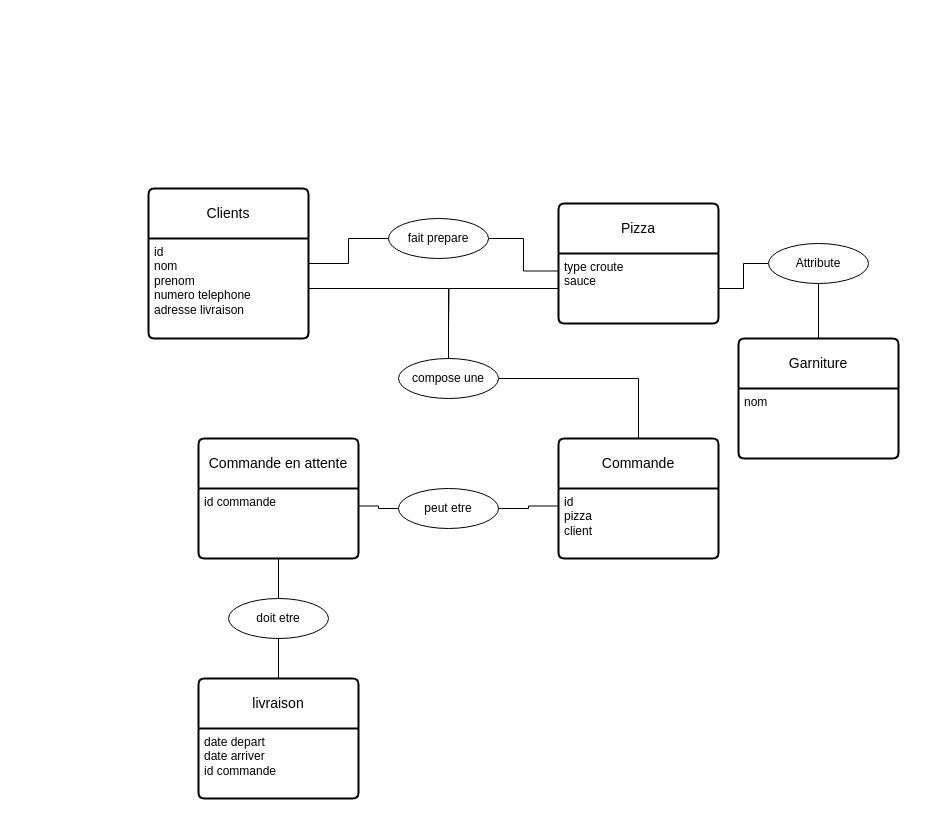
Earlier version of the draw.io diagram Pizzeria.drawio (cgpvicto-2443335/Projet_Long-Pizzeria). Source tidied: cells renumbered, new cells numbered last; positions are measured from the earlier drawing's top-left corner, leaving out a move shared by most shapes. Both pictures are drawn from the tidied source at 100%, with x=0, y=0 at pixel (148, 188).
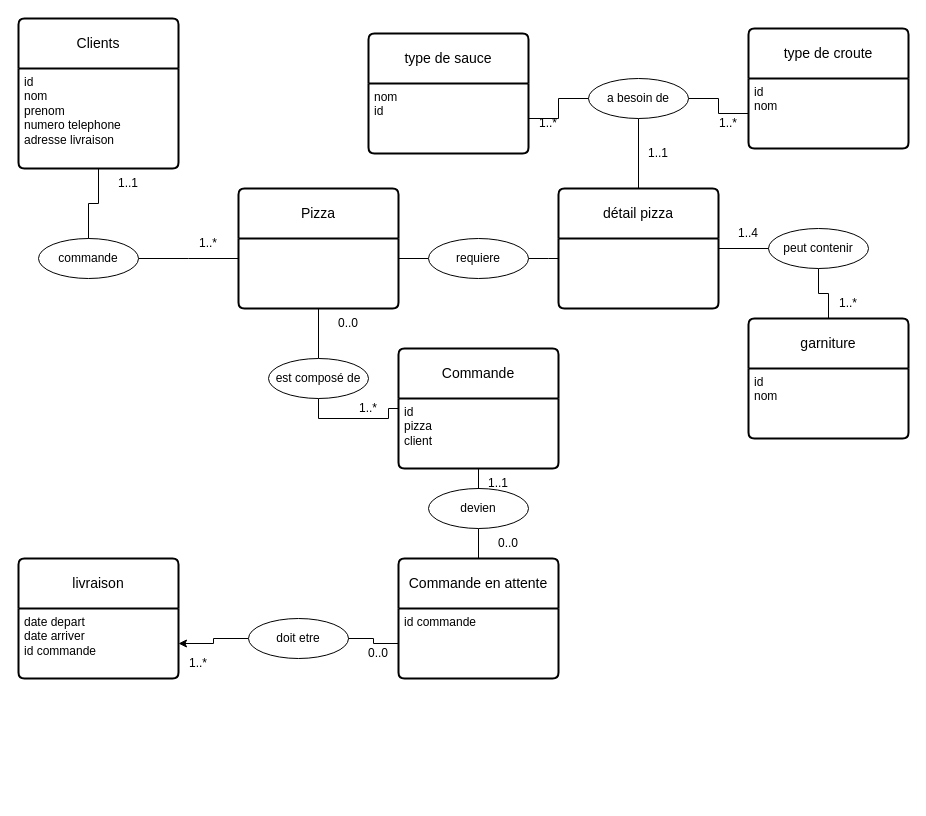
After the change.

Commit message:
mise a jour du shema relation

The change refers to these unchanged cells:
```xml
<mxCell id="3" value="&lt;div&gt;id&lt;/div&gt;nom&lt;div&gt;prenom&lt;/div&gt;&lt;div&gt;numero telephone&lt;/div&gt;&lt;div&gt;adresse livraison&lt;/div&gt;" style="align=left;strokeColor=none;fillColor=none;spacingLeft=4;spacingRight=4;fontSize=12;verticalAlign=top;html=1;whiteSpace=wrap;" parent="2" vertex="1">
  <mxGeometry y="50" width="160" height="100" as="geometry" />
</mxCell>
<mxCell id="7" value="&lt;div&gt;id&lt;/div&gt;pizza&lt;div&gt;client&lt;/div&gt;&lt;div&gt;&lt;br&gt;&lt;/div&gt;" style="align=left;strokeColor=none;fillColor=none;spacingLeft=4;spacingRight=4;fontSize=12;verticalAlign=top;html=1;whiteSpace=wrap;" parent="6" vertex="1">
  <mxGeometry y="50" width="160" height="70" as="geometry" />
</mxCell>
<mxCell id="9" value="date depart&lt;div&gt;date arriver&lt;/div&gt;&lt;div&gt;id commande&lt;/div&gt;" style="align=left;strokeColor=none;fillColor=none;spacingLeft=4;spacingRight=4;fontSize=12;verticalAlign=top;html=1;whiteSpace=wrap;" parent="8" vertex="1">
  <mxGeometry y="50" width="160" height="70" as="geometry" />
</mxCell>
<mxCell id="11" value="&lt;div&gt;&lt;span style=&quot;background-color: transparent; color: light-dark(rgb(0, 0, 0), rgb(255, 255, 255));&quot;&gt;id commande&lt;/span&gt;&lt;/div&gt;" style="align=left;strokeColor=none;fillColor=none;spacingLeft=4;spacingRight=4;fontSize=12;verticalAlign=top;html=1;whiteSpace=wrap;" parent="10" vertex="1">
  <mxGeometry y="50" width="160" height="70" as="geometry" />
</mxCell>
```

Change to the diagram source:
```diff
@@
     <mxCell id="2" value="Clients" style="swimlane;horizontal=1;startSize=50;rounded=1;fontSize=14;fontStyle=0;strokeWidth=2;shadow=0;dashed=0;align=center;arcSize=4;whiteSpace=wrap;html=1;" parent="1" vertex="1">
-      <mxGeometry width="160" height="150" as="geometry" />
+      <mxGeometry x="-130" y="-170" width="160" height="150" as="geometry" />
     </mxCell>
@@
     <mxCell id="4" value="Pizza" style="swimlane;horizontal=1;startSize=50;rounded=1;fontSize=14;fontStyle=0;strokeWidth=2;shadow=0;dashed=0;align=center;arcSize=4;whiteSpace=wrap;html=1;" parent="1" vertex="1">
-      <mxGeometry x="410" y="15" width="160" height="120" as="geometry" />
+      <mxGeometry x="90" width="160" height="120" as="geometry" />
     </mxCell>
-    <mxCell id="5" value="type croute&lt;div&gt;sauce&lt;/div&gt;" style="align=left;strokeColor=none;fillColor=none;spacingLeft=4;spacingRight=4;fontSize=12;verticalAlign=top;html=1;whiteSpace=wrap;" parent="4" vertex="1">
-      <mxGeometry y="50" width="160" height="70" as="geometry" />
-    </mxCell>
     <mxCell id="6" value="Commande" style="swimlane;horizontal=1;startSize=50;rounded=1;fontSize=14;fontStyle=0;strokeWidth=2;shadow=0;dashed=0;align=center;arcSize=4;whiteSpace=wrap;html=1;" parent="1" vertex="1">
-      <mxGeometry x="410" y="250" width="160" height="120" as="geometry" />
+      <mxGeometry x="250" y="160" width="160" height="120" as="geometry" />
     </mxCell>
@@
     <mxCell id="8" value="livraison" style="swimlane;horizontal=1;startSize=50;rounded=1;fontSize=14;fontStyle=0;strokeWidth=2;shadow=0;dashed=0;align=center;arcSize=4;whiteSpace=wrap;html=1;" parent="1" vertex="1">
-      <mxGeometry x="50" y="490" width="160" height="120" as="geometry" />
+      <mxGeometry x="-130" y="370" width="160" height="120" as="geometry" />
     </mxCell>
@@
     <mxCell id="10" value="Commande en attente" style="swimlane;horizontal=1;startSize=50;rounded=1;fontSize=14;fontStyle=0;strokeWidth=2;shadow=0;dashed=0;align=center;arcSize=4;whiteSpace=wrap;html=1;" parent="1" vertex="1">
-      <mxGeometry x="50" y="250" width="160" height="120" as="geometry" />
+      <mxGeometry x="250" y="370" width="160" height="120" as="geometry" />
     </mxCell>
@@
-    <mxCell id="12" style="edgeStyle=orthogonalEdgeStyle;rounded=0;jettySize=auto;html=1;endArrow=none;endFill=0;" parent="1" edge="1" source="13" target="6">
-      <mxGeometry relative="1" as="geometry" />
-    </mxCell>
-    <mxCell id="13" value="compose une" style="ellipse;whiteSpace=wrap;html=1;align=center;" parent="1" vertex="1">
-      <mxGeometry x="250" y="170" width="100" height="40" as="geometry" />
-    </mxCell>
-    <mxCell id="14" style="edgeStyle=orthogonalEdgeStyle;rounded=0;jettySize=auto;html=1;endArrow=none;endFill=0;" parent="1" edge="1" source="3" target="13">
-      <mxGeometry relative="1" as="geometry" />
-    </mxCell>
-    <mxCell id="15" style="edgeStyle=orthogonalEdgeStyle;rounded=0;jettySize=auto;html=1;endArrow=none;endFill=0;" parent="1" edge="1" source="5">
-      <mxGeometry relative="1" as="geometry">
-        <mxPoint x="300" y="140" as="targetPoint" />
-      </mxGeometry>
-    </mxCell>
-    <mxCell id="16" style="edgeStyle=orthogonalEdgeStyle;rounded=0;jettySize=auto;html=1;entryX=0;entryY=0.25;entryDx=0;entryDy=0;endArrow=none;endFill=0;" parent="1" edge="1" source="17" target="5">
-      <mxGeometry relative="1" as="geometry" />
-    </mxCell>
-    <mxCell id="17" value="fait prepare" style="ellipse;whiteSpace=wrap;html=1;align=center;" parent="1" vertex="1">
-      <mxGeometry x="240" y="30" width="100" height="40" as="geometry" />
-    </mxCell>
-    <mxCell id="18" style="edgeStyle=orthogonalEdgeStyle;rounded=0;jettySize=auto;html=1;exitX=1;exitY=0.25;exitDx=0;exitDy=0;entryX=0;entryY=0.5;entryDx=0;entryDy=0;endArrow=none;endFill=0;" parent="1" edge="1" source="3" target="17">
-      <mxGeometry relative="1" as="geometry" />
-    </mxCell>
-    <mxCell id="19" style="edgeStyle=orthogonalEdgeStyle;rounded=0;jettySize=auto;html=1;exitX=1;exitY=0.5;exitDx=0;exitDy=0;entryX=0;entryY=0.25;entryDx=0;entryDy=0;endArrow=none;endFill=0;" parent="1" edge="1" source="21" target="7">
-      <mxGeometry relative="1" as="geometry" />
-    </mxCell>
-    <mxCell id="20" style="edgeStyle=orthogonalEdgeStyle;rounded=0;jettySize=auto;html=1;entryX=1;entryY=0.25;entryDx=0;entryDy=0;endArrow=none;endFill=0;" parent="1" edge="1" source="21" target="11">
-      <mxGeometry relative="1" as="geometry" />
-    </mxCell>
-    <mxCell id="21" value="peut etre" style="ellipse;whiteSpace=wrap;html=1;align=center;" parent="1" vertex="1">
-      <mxGeometry x="250" y="300" width="100" height="40" as="geometry" />
-    </mxCell>
-    <mxCell id="22" style="edgeStyle=orthogonalEdgeStyle;rounded=0;jettySize=auto;html=1;exitX=0.5;exitY=1;exitDx=0;exitDy=0;entryX=0.5;entryY=0;entryDx=0;entryDy=0;endArrow=none;endFill=0;" parent="1" edge="1" source="23" target="8">
-      <mxGeometry relative="1" as="geometry" />
-    </mxCell>
+    <mxCell id="30" style="edgeStyle=orthogonalEdgeStyle;rounded=0;jettySize=auto;html=1;exitX=0;exitY=0.5;exitDx=0;exitDy=0;entryX=1;entryY=0.5;entryDx=0;entryDy=0;" parent="1" edge="1" source="23" target="9">
+      <mxGeometry relative="1" as="geometry" />
+    </mxCell>
     <mxCell id="23" value="doit etre" style="ellipse;whiteSpace=wrap;html=1;align=center;" parent="1" vertex="1">
-      <mxGeometry x="80" y="410" width="100" height="40" as="geometry" />
+      <mxGeometry x="100" y="430" width="100" height="40" as="geometry" />
     </mxCell>
+    <mxCell id="31" value="1..*" style="text;html=1;whiteSpace=wrap;strokeColor=none;fillColor=none;align=center;verticalAlign=middle;rounded=0;" parent="1" vertex="1">
+      <mxGeometry x="20" y="460" width="60" height="30" as="geometry" />
+    </mxCell>
+    <mxCell id="32" style="edgeStyle=orthogonalEdgeStyle;rounded=0;jettySize=auto;html=1;exitX=0.5;exitY=1;exitDx=0;exitDy=0;endArrow=none;endFill=0;" parent="1" edge="1" source="58" target="6">
+      <mxGeometry relative="1" as="geometry" />
+    </mxCell>
+    <mxCell id="33" value="1..*" style="text;html=1;whiteSpace=wrap;strokeColor=none;fillColor=none;align=center;verticalAlign=middle;rounded=0;" parent="1" vertex="1">
+      <mxGeometry x="190" y="205" width="60" height="30" as="geometry" />
+    </mxCell>
+    <mxCell id="34" value="0..0" style="text;html=1;whiteSpace=wrap;strokeColor=none;fillColor=none;align=center;verticalAlign=middle;rounded=0;" parent="1" vertex="1">
+      <mxGeometry x="170" y="120" width="60" height="30" as="geometry" />
+    </mxCell>
+    <mxCell id="35" style="edgeStyle=orthogonalEdgeStyle;rounded=0;jettySize=auto;html=1;entryX=0.5;entryY=1;entryDx=0;entryDy=0;endArrow=none;endFill=0;" parent="1" edge="1" source="36" target="38">
+      <mxGeometry relative="1" as="geometry" />
+    </mxCell>
+    <mxCell id="36" value="garniture" style="swimlane;horizontal=1;startSize=50;rounded=1;fontSize=14;fontStyle=0;strokeWidth=2;shadow=0;dashed=0;align=center;arcSize=4;whiteSpace=wrap;html=1;" parent="1" vertex="1">
+      <mxGeometry x="600" y="130" width="160" height="120" as="geometry" />
+    </mxCell>
+    <mxCell id="37" value="&lt;div&gt;id&lt;/div&gt;nom" style="align=left;strokeColor=none;fillColor=none;spacingLeft=4;spacingRight=4;fontSize=12;verticalAlign=top;html=1;whiteSpace=wrap;" parent="36" vertex="1">
+      <mxGeometry y="50" width="160" height="70" as="geometry" />
+    </mxCell>
+    <mxCell id="38" value="peut contenir" style="ellipse;whiteSpace=wrap;html=1;align=center;" parent="1" vertex="1">
+      <mxGeometry x="620" y="40" width="100" height="40" as="geometry" />
+    </mxCell>
+    <mxCell id="39" value="1..*" style="text;html=1;whiteSpace=wrap;strokeColor=none;fillColor=none;align=center;verticalAlign=middle;rounded=0;" parent="1" vertex="1">
+      <mxGeometry x="670" y="100" width="60" height="30" as="geometry" />
+    </mxCell>
+    <mxCell id="40" value="type de croute" style="swimlane;horizontal=1;startSize=50;rounded=1;fontSize=14;fontStyle=0;strokeWidth=2;shadow=0;dashed=0;align=center;arcSize=4;whiteSpace=wrap;html=1;" parent="1" vertex="1">
+      <mxGeometry x="600" y="-160" width="160" height="120" as="geometry" />
+    </mxCell>
+    <mxCell id="41" value="&lt;div&gt;id&lt;/div&gt;nom" style="align=left;strokeColor=none;fillColor=none;spacingLeft=4;spacingRight=4;fontSize=12;verticalAlign=top;html=1;whiteSpace=wrap;" parent="40" vertex="1">
+      <mxGeometry y="50" width="160" height="70" as="geometry" />
+    </mxCell>
+    <mxCell id="42" style="edgeStyle=orthogonalEdgeStyle;rounded=0;jettySize=auto;html=1;entryX=0;entryY=0.5;entryDx=0;entryDy=0;endArrow=none;endFill=0;" parent="1" edge="1" source="44" target="41">
+      <mxGeometry relative="1" as="geometry" />
+    </mxCell>
+    <mxCell id="43" style="edgeStyle=orthogonalEdgeStyle;rounded=0;jettySize=auto;html=1;endArrow=none;endFill=0;" parent="1" edge="1" source="44" target="52">
+      <mxGeometry relative="1" as="geometry" />
+    </mxCell>
+    <mxCell id="44" value="a besoin de" style="ellipse;whiteSpace=wrap;html=1;align=center;" parent="1" vertex="1">
+      <mxGeometry x="440" y="-110" width="100" height="40" as="geometry" />
+    </mxCell>
+    <mxCell id="45" value="1..1" style="text;html=1;whiteSpace=wrap;strokeColor=none;fillColor=none;align=center;verticalAlign=middle;rounded=0;" parent="1" vertex="1">
+      <mxGeometry x="480" y="-50" width="60" height="30" as="geometry" />
+    </mxCell>
+    <mxCell id="46" value="1..*" style="text;html=1;whiteSpace=wrap;strokeColor=none;fillColor=none;align=center;verticalAlign=middle;rounded=0;" parent="1" vertex="1">
+      <mxGeometry x="550" y="-80" width="60" height="30" as="geometry" />
+    </mxCell>
+    <mxCell id="47" value="type de sauce" style="swimlane;horizontal=1;startSize=50;rounded=1;fontSize=14;fontStyle=0;strokeWidth=2;shadow=0;dashed=0;align=center;arcSize=4;whiteSpace=wrap;html=1;" parent="1" vertex="1">
+      <mxGeometry x="220" y="-155" width="160" height="120" as="geometry" />
+    </mxCell>
+    <mxCell id="48" value="nom&lt;div&gt;id&lt;br&gt;&lt;div&gt;&lt;/div&gt;&lt;div&gt;&lt;span style=&quot;color: rgba(0, 0, 0, 0); font-family: monospace; font-size: 0px; text-wrap-mode: nowrap;&quot;&gt;&lt;br&gt;&lt;/span&gt;&lt;/div&gt;&lt;/div&gt;" style="align=left;strokeColor=none;fillColor=none;spacingLeft=4;spacingRight=4;fontSize=12;verticalAlign=top;html=1;whiteSpace=wrap;" parent="47" vertex="1">
+      <mxGeometry y="50" width="160" height="70" as="geometry" />
+    </mxCell>
+    <mxCell id="49" style="edgeStyle=orthogonalEdgeStyle;rounded=0;jettySize=auto;html=1;entryX=0;entryY=0.5;entryDx=0;entryDy=0;endArrow=none;endFill=0;" parent="1" edge="1" source="48" target="44">
+      <mxGeometry relative="1" as="geometry" />
+    </mxCell>
+    <mxCell id="50" value="1..*" style="text;html=1;whiteSpace=wrap;strokeColor=none;fillColor=none;align=center;verticalAlign=middle;rounded=0;" parent="1" vertex="1">
+      <mxGeometry x="370" y="-80" width="60" height="30" as="geometry" />
+    </mxCell>
+    <mxCell id="51" style="edgeStyle=orthogonalEdgeStyle;rounded=0;jettySize=auto;html=1;entryX=0;entryY=0.5;entryDx=0;entryDy=0;endArrow=none;endFill=0;" parent="1" edge="1" source="52" target="38">
+      <mxGeometry relative="1" as="geometry" />
+    </mxCell>
+    <mxCell id="52" value="détail pizza" style="swimlane;horizontal=1;startSize=50;rounded=1;fontSize=14;fontStyle=0;strokeWidth=2;shadow=0;dashed=0;align=center;arcSize=4;whiteSpace=wrap;html=1;" parent="1" vertex="1">
+      <mxGeometry x="410" width="160" height="120" as="geometry" />
+    </mxCell>
+    <mxCell id="53" value="1..4" style="text;html=1;whiteSpace=wrap;strokeColor=none;fillColor=none;align=center;verticalAlign=middle;rounded=0;" parent="1" vertex="1">
+      <mxGeometry x="570" y="30" width="60" height="30" as="geometry" />
+    </mxCell>
+    <mxCell id="54" style="edgeStyle=orthogonalEdgeStyle;rounded=0;jettySize=auto;html=1;endArrow=none;endFill=0;" parent="1" edge="1" source="56">
+      <mxGeometry relative="1" as="geometry">
+        <mxPoint x="410" y="70" as="targetPoint" />
+      </mxGeometry>
+    </mxCell>
+    <mxCell id="55" style="edgeStyle=orthogonalEdgeStyle;rounded=0;jettySize=auto;html=1;exitX=0;exitY=0.5;exitDx=0;exitDy=0;entryX=1;entryY=0.75;entryDx=0;entryDy=0;endArrow=none;endFill=0;" parent="1" edge="1" source="56" target="4">
+      <mxGeometry relative="1" as="geometry" />
+    </mxCell>
+    <mxCell id="56" value="requiere" style="ellipse;whiteSpace=wrap;html=1;align=center;" parent="1" vertex="1">
+      <mxGeometry x="280" y="50" width="100" height="40" as="geometry" />
+    </mxCell>
+    <mxCell id="57" style="edgeStyle=orthogonalEdgeStyle;rounded=0;jettySize=auto;html=1;entryX=0.5;entryY=1;entryDx=0;entryDy=0;endArrow=none;endFill=0;" parent="1" edge="1" source="58" target="4">
+      <mxGeometry relative="1" as="geometry" />
+    </mxCell>
+    <mxCell id="58" value="est composé de" style="ellipse;whiteSpace=wrap;html=1;align=center;" parent="1" vertex="1">
+      <mxGeometry x="120" y="170" width="100" height="40" as="geometry" />
+    </mxCell>
+    <mxCell id="59" style="edgeStyle=orthogonalEdgeStyle;rounded=0;jettySize=auto;html=1;entryX=0.5;entryY=0;entryDx=0;entryDy=0;endArrow=none;endFill=0;" parent="1" edge="1" source="60" target="10">
+      <mxGeometry relative="1" as="geometry" />
+    </mxCell>
+    <mxCell id="60" value="devien" style="ellipse;whiteSpace=wrap;html=1;align=center;" parent="1" vertex="1">
+      <mxGeometry x="280" y="300" width="100" height="40" as="geometry" />
+    </mxCell>
+    <mxCell id="61" style="edgeStyle=orthogonalEdgeStyle;rounded=0;jettySize=auto;html=1;entryX=0.5;entryY=0;entryDx=0;entryDy=0;endArrow=none;endFill=0;" parent="1" edge="1" source="7" target="60">
+      <mxGeometry relative="1" as="geometry" />
+    </mxCell>
+    <mxCell id="62" value="1..1" style="text;html=1;whiteSpace=wrap;strokeColor=none;fillColor=none;align=center;verticalAlign=middle;rounded=0;" parent="1" vertex="1">
+      <mxGeometry x="320" y="280" width="60" height="30" as="geometry" />
+    </mxCell>
+    <mxCell id="63" value="0..0" style="text;html=1;whiteSpace=wrap;strokeColor=none;fillColor=none;align=center;verticalAlign=middle;rounded=0;" parent="1" vertex="1">
+      <mxGeometry x="330" y="340" width="60" height="30" as="geometry" />
+    </mxCell>
-    <mxCell id="24" style="edgeStyle=orthogonalEdgeStyle;rounded=0;jettySize=auto;html=1;entryX=0.5;entryY=0;entryDx=0;entryDy=0;endArrow=none;endFill=0;" parent="1" edge="1" source="11" target="23">
+    <mxCell id="24" style="edgeStyle=orthogonalEdgeStyle;rounded=0;jettySize=auto;html=1;exitX=0;exitY=0.5;exitDx=0;exitDy=0;entryX=1;entryY=0.5;entryDx=0;entryDy=0;endArrow=none;endFill=0;" parent="1" edge="1" source="11" target="23">
       <mxGeometry relative="1" as="geometry" />
     </mxCell>
-    <mxCell id="25" style="edgeStyle=orthogonalEdgeStyle;rounded=0;jettySize=auto;html=1;entryX=0.5;entryY=1;entryDx=0;entryDy=0;endArrow=none;endFill=0;" parent="1" edge="1" source="26" target="29">
-      <mxGeometry relative="1" as="geometry" />
-    </mxCell>
-    <mxCell id="26" value="Garniture" style="swimlane;horizontal=1;startSize=50;rounded=1;fontSize=14;fontStyle=0;strokeWidth=2;shadow=0;dashed=0;align=center;arcSize=4;whiteSpace=wrap;html=1;" parent="1" vertex="1">
-      <mxGeometry x="590" y="150" width="160" height="120" as="geometry" />
-    </mxCell>
-    <mxCell id="27" value="nom" style="align=left;strokeColor=none;fillColor=none;spacingLeft=4;spacingRight=4;fontSize=12;verticalAlign=top;html=1;whiteSpace=wrap;" parent="26" vertex="1">
-      <mxGeometry y="50" width="160" height="70" as="geometry" />
-    </mxCell>
-    <mxCell id="28" style="edgeStyle=orthogonalEdgeStyle;rounded=0;jettySize=auto;html=1;entryX=1;entryY=0.5;entryDx=0;entryDy=0;endArrow=none;endFill=0;" parent="1" edge="1" source="29" target="5">
-      <mxGeometry relative="1" as="geometry" />
-    </mxCell>
-    <mxCell id="29" value="Attribute" style="ellipse;whiteSpace=wrap;html=1;align=center;" parent="1" vertex="1">
-      <mxGeometry x="620" y="55" width="100" height="40" as="geometry" />
-    </mxCell>
+    <mxCell id="64" value="0..0" style="text;html=1;whiteSpace=wrap;strokeColor=none;fillColor=none;align=center;verticalAlign=middle;rounded=0;" parent="1" vertex="1">
+      <mxGeometry x="200" y="450" width="60" height="30" as="geometry" />
+    </mxCell>
+    <mxCell id="65" style="edgeStyle=orthogonalEdgeStyle;rounded=0;jettySize=auto;html=1;endArrow=none;endFill=0;" parent="1" edge="1" source="66">
+      <mxGeometry relative="1" as="geometry">
+        <mxPoint x="90" y="70" as="targetPoint" />
+      </mxGeometry>
+    </mxCell>
+    <mxCell id="66" value="commande" style="ellipse;whiteSpace=wrap;html=1;align=center;" parent="1" vertex="1">
+      <mxGeometry x="-110" y="50" width="100" height="40" as="geometry" />
+    </mxCell>
+    <mxCell id="67" style="edgeStyle=orthogonalEdgeStyle;rounded=0;jettySize=auto;html=1;entryX=0.5;entryY=0;entryDx=0;entryDy=0;endArrow=none;endFill=0;" parent="1" edge="1" source="3" target="66">
+      <mxGeometry relative="1" as="geometry" />
+    </mxCell>
+    <mxCell id="68" value="1..*" style="text;html=1;whiteSpace=wrap;strokeColor=none;fillColor=none;align=center;verticalAlign=middle;rounded=0;" parent="1" vertex="1">
+      <mxGeometry x="30" y="40" width="60" height="30" as="geometry" />
+    </mxCell>
+    <mxCell id="69" value="1..1" style="text;html=1;whiteSpace=wrap;strokeColor=none;fillColor=none;align=center;verticalAlign=middle;rounded=0;" parent="1" vertex="1">
+      <mxGeometry x="-50" y="-20" width="60" height="30" as="geometry" />
+    </mxCell>
```
